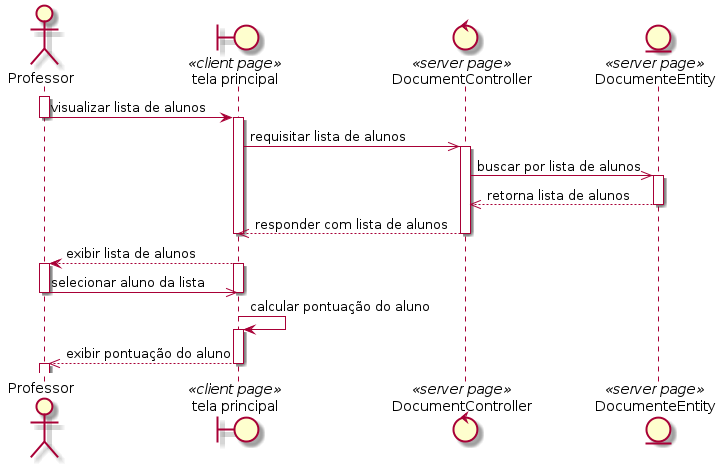
Earlier version of the PlantUML export out/sequence/professor/professor.pontuation/professor.pontuation.png (rodrigoRolim/CAdiagrams). Source of this version:
```plantuml
@startuml
actor Professor
boundary "tela principal" as home <<client page>>
control DocumentController as documents <<server page>>
entity DocumenteEntity as model <<server page>>

activate Professor
Professor -> home: visualizar lista de alunos
deactivate Professor
activate home
home ->> documents: requisitar lista de alunos
activate documents
documents ->> model: buscar por lista de alunos
activate model
model -->> documents: retorna lista de alunos
deactivate model
documents -->> home: responder com lista de alunos
deactivate documents
deactivate home
home --> Professor: exibir lista de alunos
activate home
activate Professor
Professor ->> home: selecionar aluno da lista
deactivate home
deactivate Professor
home -> home: calcular pontuação do aluno
activate home
home -->> Professor: exibir pontuação do aluno
deactivate home
activate Professor
@enduml
```
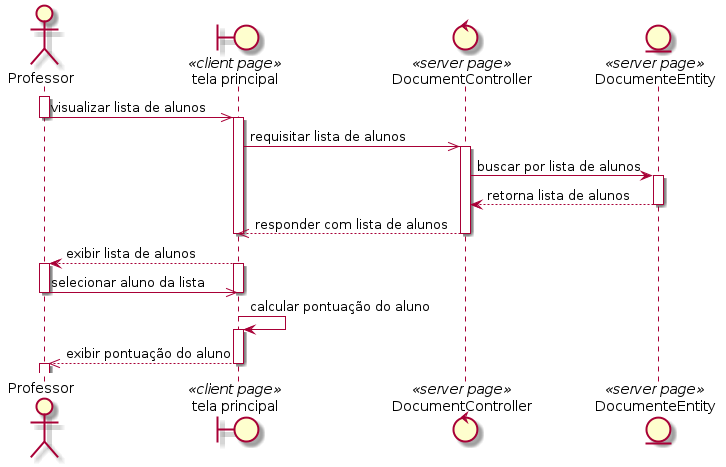
Above is the later version.

What changed in the source:
```diff
@@ -5,14 +5,14 @@
 entity DocumenteEntity as model <<server page>>
 
 activate Professor
-Professor -> home: visualizar lista de alunos
+Professor ->> home: visualizar lista de alunos
 deactivate Professor
 activate home
 home ->> documents: requisitar lista de alunos
 activate documents
-documents ->> model: buscar por lista de alunos
+documents -> model: buscar por lista de alunos
 activate model
-model -->> documents: retorna lista de alunos
+model --> documents: retorna lista de alunos
 deactivate model
 documents -->> home: responder com lista de alunos
 deactivate documents
```
